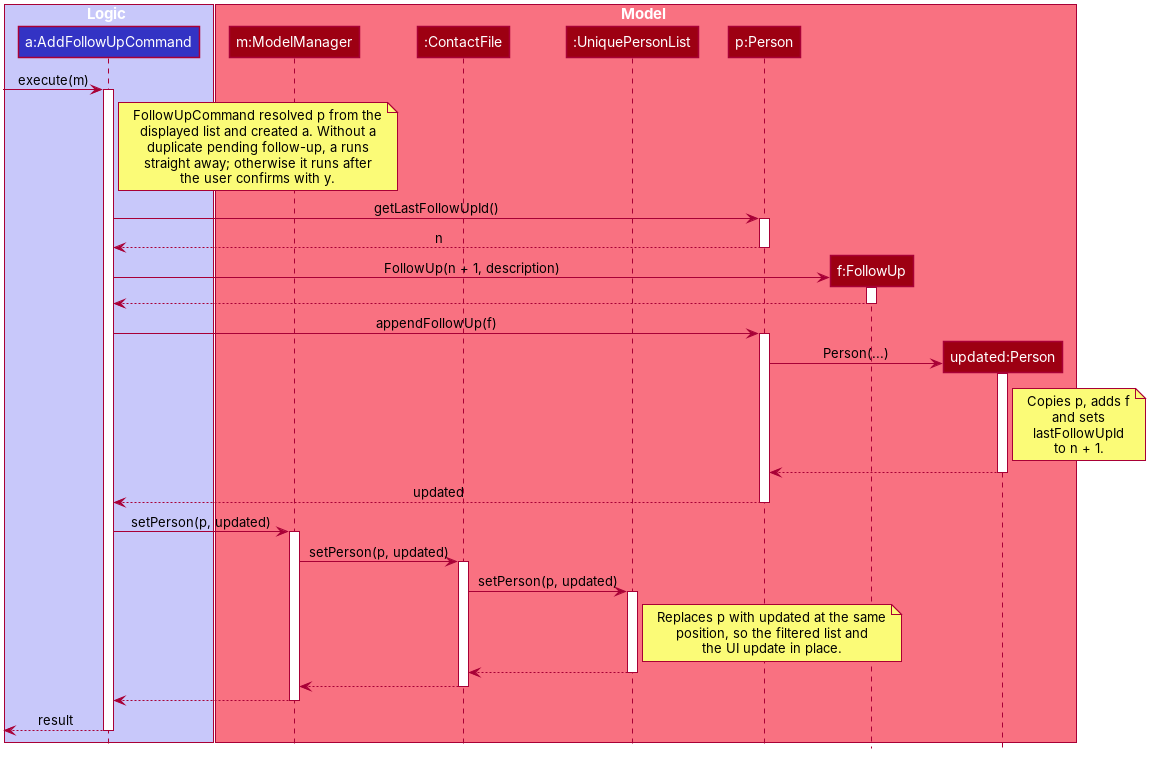
AY2627S1-CS2103-F13-2/tp keeps this PlantUML diagram as docs/images/FollowUpSequenceDiagram.png. Above is the earlier version. Its source is kept beside it as docs/diagrams/FollowUpSequenceDiagram.puml. The source it was exported from:
```plantuml
@startuml
!include style.puml
skinparam ArrowFontStyle plain

box Logic LOGIC_COLOR_T1
participant "a:AddFollowUpCommand" as AddFollowUpCommand LOGIC_COLOR
end box

box Model MODEL_COLOR_T1
participant "m:ModelManager" as ModelManager MODEL_COLOR
participant ":ContactFile" as ContactFile MODEL_COLOR
participant ":UniquePersonList" as UniquePersonList MODEL_COLOR
participant "p:Person" as Person MODEL_COLOR
participant "f:FollowUp" as FollowUp MODEL_COLOR
participant "updated:Person" as UpdatedPerson MODEL_COLOR
end box

[-> AddFollowUpCommand : execute(m)
activate AddFollowUpCommand

note right of AddFollowUpCommand
  FollowUpCommand resolved p from the
  displayed list and created a. Without a
  duplicate pending follow-up, a runs
  straight away; otherwise it runs after
  the user confirms with y.
end note

AddFollowUpCommand -> Person : getLastFollowUpId()
activate Person
Person --> AddFollowUpCommand : n
deactivate Person

create FollowUp
AddFollowUpCommand -> FollowUp : FollowUp(n + 1, description)
activate FollowUp
FollowUp --> AddFollowUpCommand
deactivate FollowUp

AddFollowUpCommand -> Person : appendFollowUp(f)
activate Person

create UpdatedPerson
Person -> UpdatedPerson : Person(...)
activate UpdatedPerson
note right of UpdatedPerson
  Copies p, adds f
  and sets
  lastFollowUpId
  to n + 1.
end note
UpdatedPerson --> Person
deactivate UpdatedPerson

Person --> AddFollowUpCommand : updated
deactivate Person

AddFollowUpCommand -> ModelManager : setPerson(p, updated)
activate ModelManager

ModelManager -> ContactFile : setPerson(p, updated)
activate ContactFile

ContactFile -> UniquePersonList : setPerson(p, updated)
activate UniquePersonList
note right of UniquePersonList
  Replaces p with updated at the same
  position, so the filtered list and
  the UI update in place.
end note
UniquePersonList --> ContactFile
deactivate UniquePersonList

ContactFile --> ModelManager
deactivate ContactFile

ModelManager --> AddFollowUpCommand
deactivate ModelManager

[<-- AddFollowUpCommand : result
deactivate AddFollowUpCommand
@enduml
```
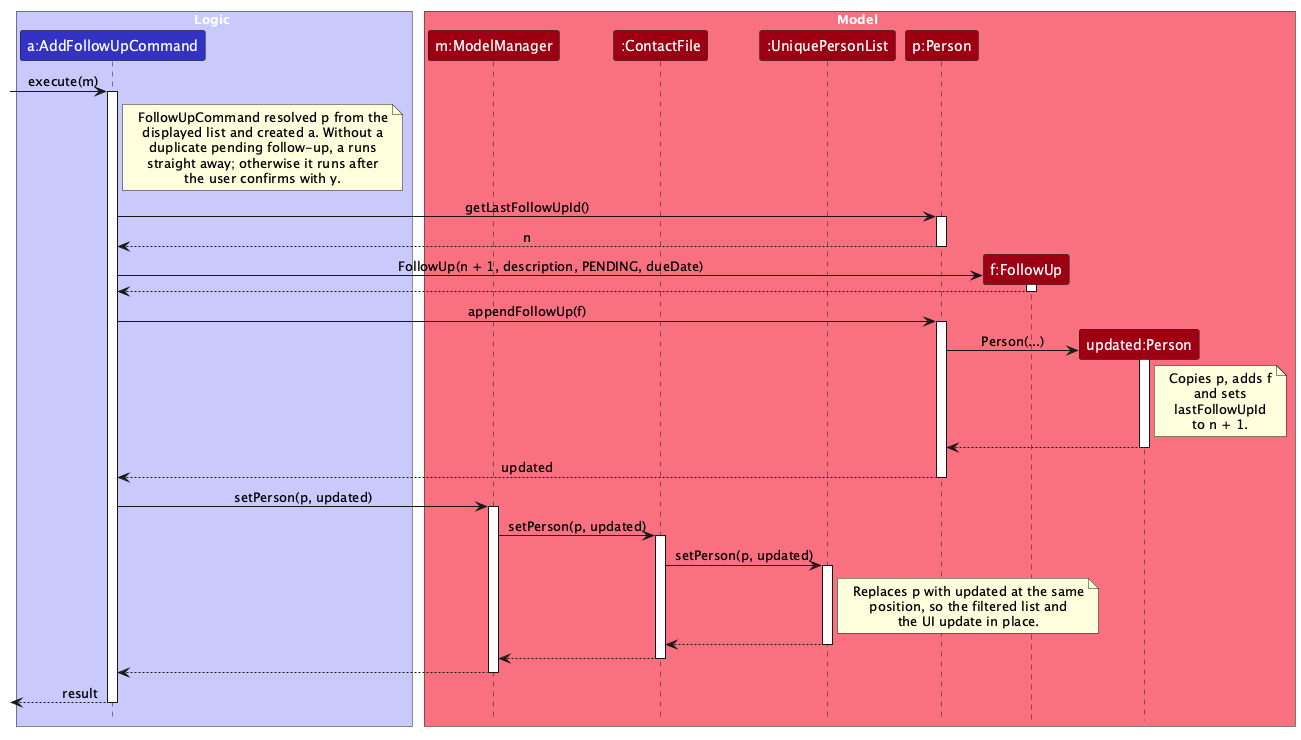
The same diagram one commit later.

What changed in the source:
```diff
@@ -32,7 +32,7 @@
 deactivate Person
 
 create FollowUp
-AddFollowUpCommand -> FollowUp : FollowUp(n + 1, description)
+AddFollowUpCommand -> FollowUp : FollowUp(n + 1, description, PENDING, dueDate)
 activate FollowUp
 FollowUp --> AddFollowUpCommand
 deactivate FollowUp
```
